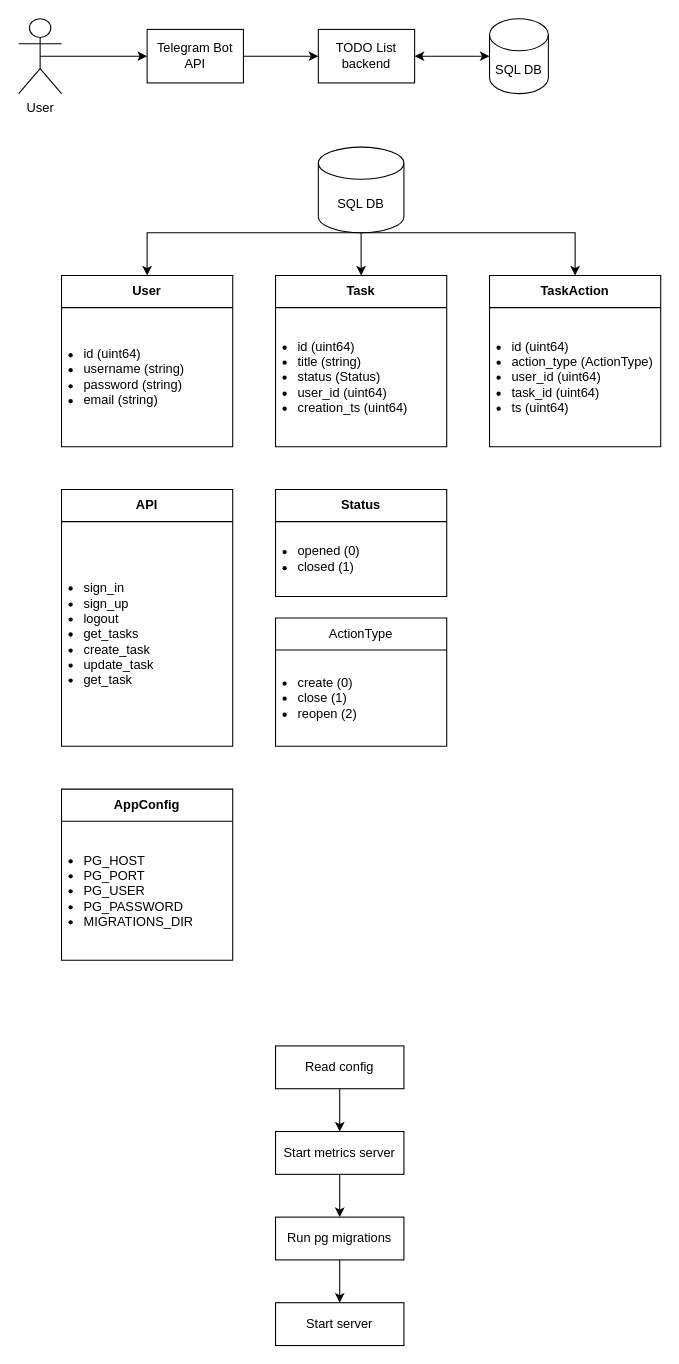
ypodlesov/todo_list_service keeps this draw.io diagram as design/design.drawio. Above is the earlier version. Source tidied: cells renumbered, new cells numbered last; positions are measured from the earlier drawing's top-left corner, leaving out a move shared by most shapes. Both pictures are drawn from the tidied source at 107%, with x=0, y=0 at pixel (18, 18).
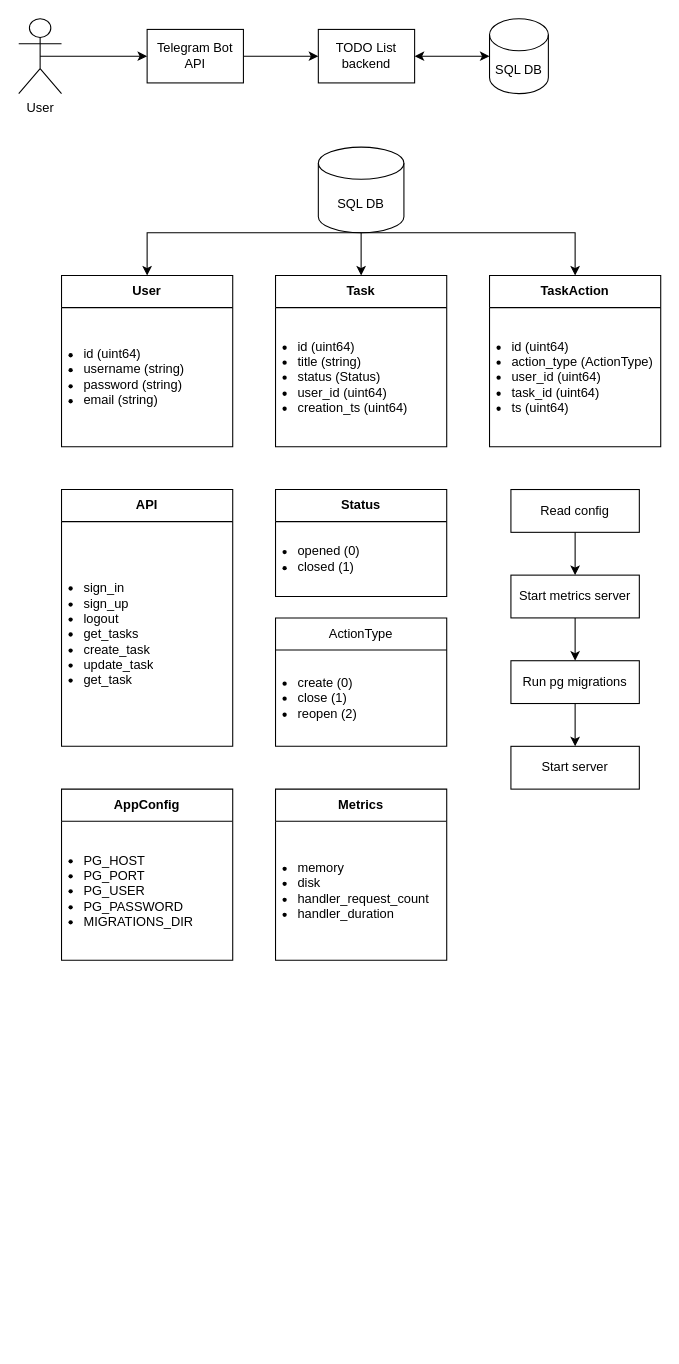
The same diagram, later.

The edit, as a diff of the source:
```diff
@@
     <mxCell id="27" value="Read config" style="rounded=0;whiteSpace=wrap;html=1;" parent="1" vertex="1">
-      <mxGeometry x="240" y="960" width="120" height="40" as="geometry" />
+      <mxGeometry x="460" y="440" width="120" height="40" as="geometry" />
     </mxCell>
     <mxCell id="28" style="endArrow=classic;html=1;exitX=0.5;exitY=1;exitDx=0;exitDy=0;" parent="1" edge="1" source="27">
       <mxGeometry relative="1" as="geometry">
-        <mxPoint x="300" y="1040" as="targetPoint" />
+        <mxPoint x="520" y="520" as="targetPoint" />
       </mxGeometry>
     </mxCell>
     <mxCell id="29" value="Start metrics server" style="rounded=0;whiteSpace=wrap;html=1;" parent="1" vertex="1">
-      <mxGeometry x="240" y="1040" width="120" height="40" as="geometry" />
+      <mxGeometry x="460" y="520" width="120" height="40" as="geometry" />
     </mxCell>
     <mxCell id="30" style="endArrow=classic;html=1;exitX=0.5;exitY=1;exitDx=0;exitDy=0;" parent="1" edge="1" source="29">
       <mxGeometry relative="1" as="geometry">
-        <mxPoint x="300" y="1120" as="targetPoint" />
+        <mxPoint x="520" y="600" as="targetPoint" />
       </mxGeometry>
     </mxCell>
     <mxCell id="31" value="Run pg migrations" style="rounded=0;whiteSpace=wrap;html=1;" parent="1" vertex="1">
-      <mxGeometry x="240" y="1120" width="120" height="40" as="geometry" />
+      <mxGeometry x="460" y="600" width="120" height="40" as="geometry" />
     </mxCell>
@@
     <mxCell id="33" value="Start server" style="rounded=0;whiteSpace=wrap;html=1;" parent="1" vertex="1">
-      <mxGeometry x="240" y="1200" width="120" height="40" as="geometry" />
+      <mxGeometry x="460" y="680" width="120" height="40" as="geometry" />
     </mxCell>
+    <mxCell id="34" value="&lt;span style=&quot;text-align: left;&quot;&gt;&lt;b&gt;Metrics&lt;/b&gt;&lt;/span&gt;" style="swimlane;fontStyle=0;horizontal=1;startSize=30;whiteSpace=wrap;html=1;" parent="1" vertex="1">
+      <mxGeometry x="240" y="720" width="160" height="160" as="geometry" />
+    </mxCell>
+    <mxCell id="35" value="&lt;ul style=&quot;padding-left: 15px; padding-bottom: 0px;&quot;&gt;&lt;li&gt;memory&lt;/li&gt;&lt;li&gt;disk&lt;/li&gt;&lt;li&gt;handler_request_count&lt;/li&gt;&lt;li&gt;handler_duration&lt;/li&gt;&lt;/ul&gt;" style="text;strokeColor=none;fillColor=none;align=left;verticalAlign=middle;spacingLeft=4;spacingRight=4;overflow=hidden;whiteSpace=wrap;html=1;spacing=2;" parent="34" vertex="1">
+      <mxGeometry y="30" width="160" height="130" as="geometry" />
+    </mxCell>
```
